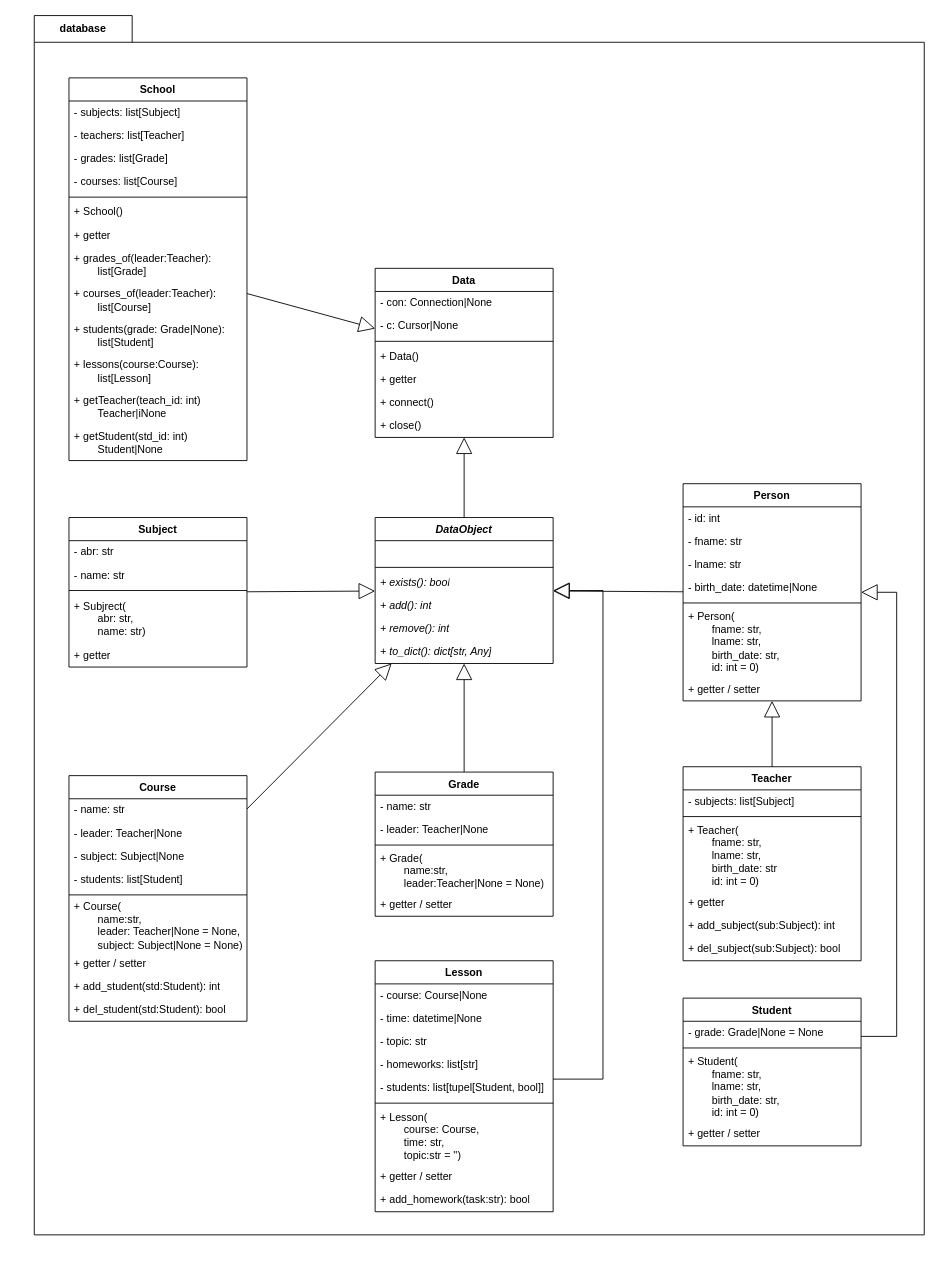
elma1989/teach keeps this draw.io diagram as drafts/database.drawio. Above is the earlier version. Source tidied: cells renumbered, new cells numbered last; positions are measured from the earlier drawing's top-left corner, leaving out a move shared by most shapes. Both pictures are drawn from the tidied source at 89%, with x=0, y=0 at pixel (15, 15).
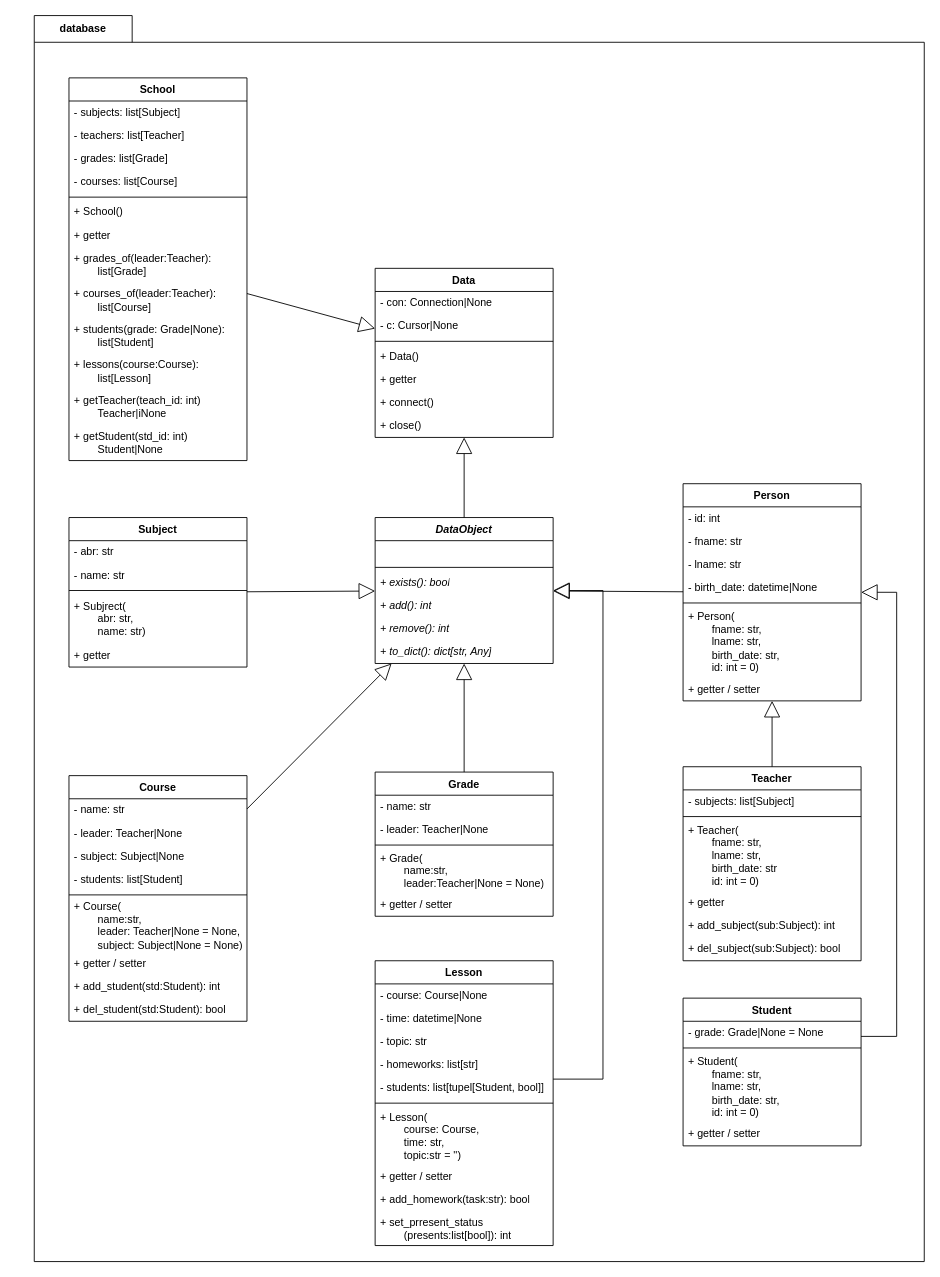
After the change.

Commit message:
Update database.drawio: Lesson.set_present_stautus()

Diff of the diagram source:
```diff
@@
     <mxCell id="2" value="database" style="shape=folder;fontStyle=1;tabWidth=110;tabHeight=30;tabPosition=left;html=1;boundedLbl=1;labelInHeader=1;whiteSpace=wrap;" parent="1" vertex="1">
-      <mxGeometry x="21" width="1000" height="1370" as="geometry" />
+      <mxGeometry x="21" width="1000" height="1400" as="geometry" />
     </mxCell>
@@
     <mxCell id="84" value="Lesson" style="swimlane;fontStyle=1;align=center;verticalAlign=top;horizontal=1;startSize=26;whiteSpace=wrap;html=1;" parent="1" vertex="1">
-      <mxGeometry x="404" y="1062" width="200" height="282" as="geometry" />
+      <mxGeometry x="404" y="1062" width="200" height="320" as="geometry" />
     </mxCell>
@@
+    <mxCell id="95" value="&lt;div&gt;+ set_prresent_status&lt;/div&gt;&lt;div&gt;&lt;span style=&quot;white-space: pre;&quot;&gt;&#9;&lt;/span&gt;(presents:list[bool]): int&lt;br&gt;&lt;/div&gt;" style="text;strokeColor=none;fillColor=none;align=left;verticalAlign=middle;spacingLeft=4;spacingRight=4;overflow=hidden;whiteSpace=wrap;html=1;" parent="84" vertex="1">
+      <mxGeometry y="282" width="200" height="38" as="geometry" />
+    </mxCell>
```
